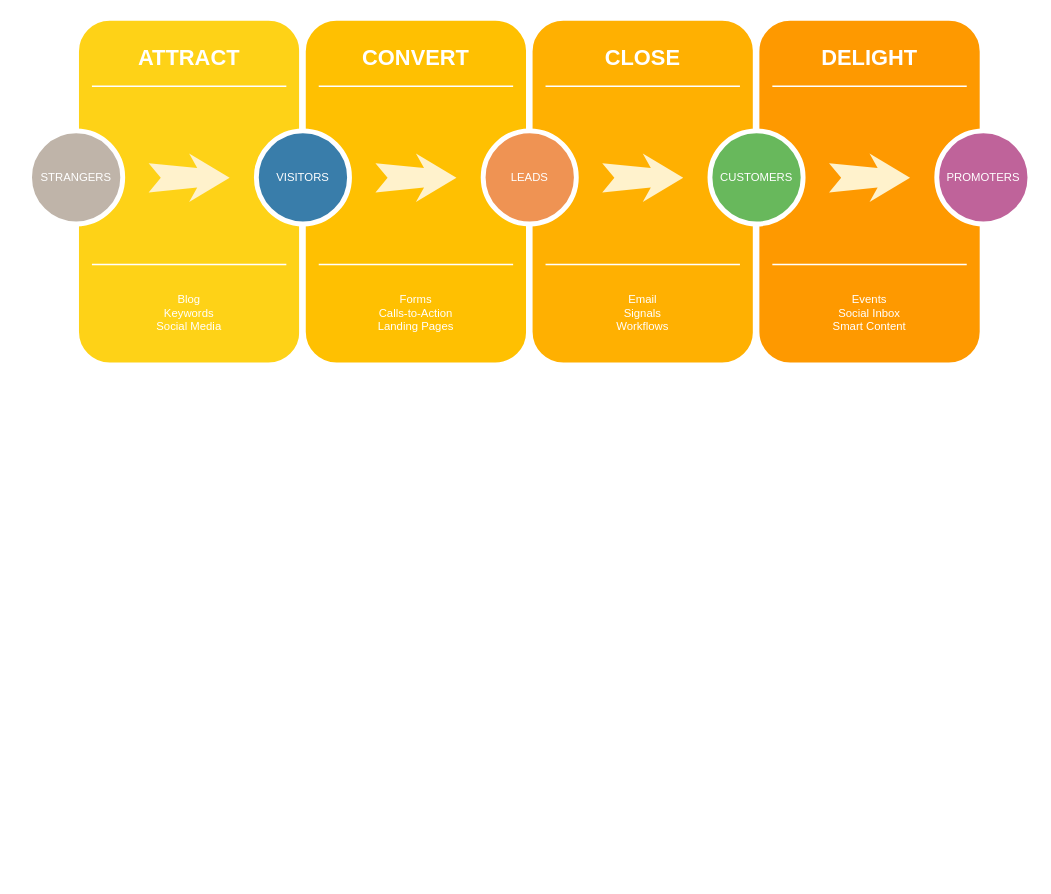
snowolfhawk/ceph-scripts keeps this draw.io diagram as 未命名绘图.drawio. Above is the earlier version. Source tidied: cells renumbered, new cells numbered last; positions are measured from the earlier drawing's top-left corner, leaving out a move shared by most shapes. Both pictures are drawn from the tidied source at 81%, with x=0, y=0 at pixel (29, 17).
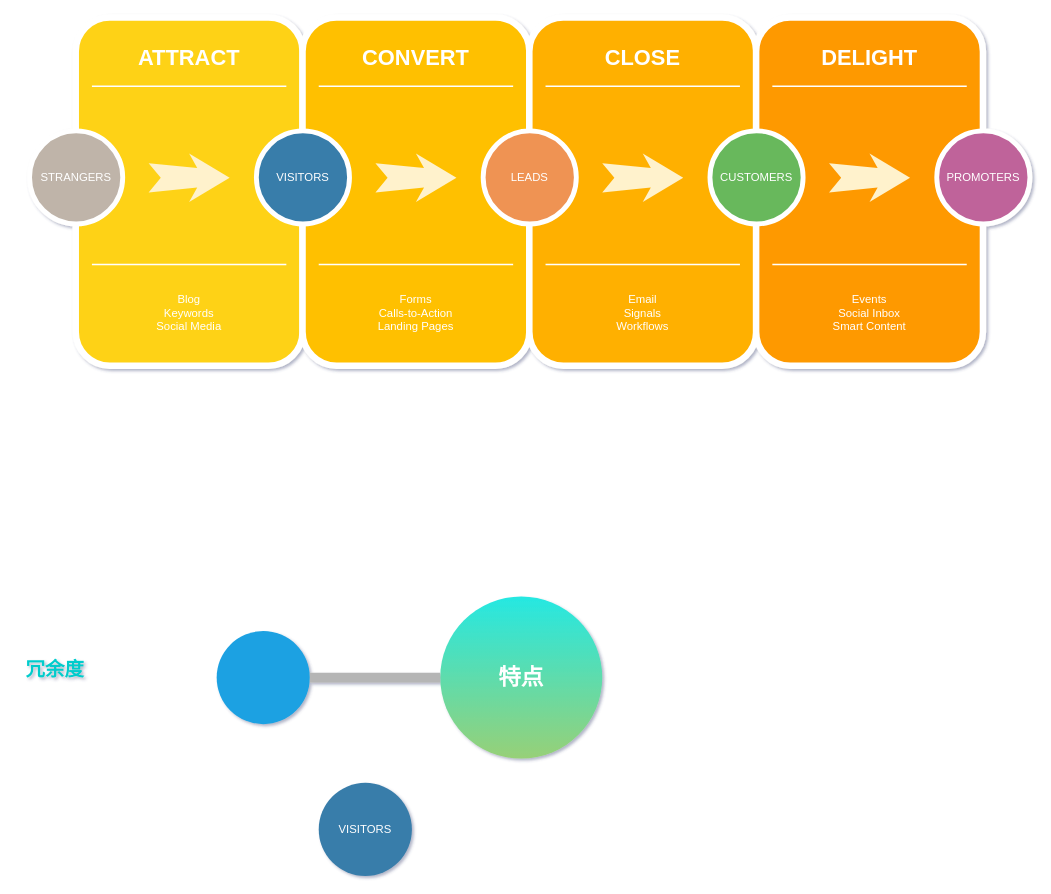
The same diagram, later.

The edit, as a diff of the source:
```diff
@@
-<mxGraphModel>
+<mxGraphModel background="#FFFFFF" shadow="1">
@@
+    <mxCell id="31" value="&lt;font color=&quot;#ffffff&quot; size=&quot;1&quot;&gt;&lt;b style=&quot;font-size: 28px&quot;&gt;特点&lt;/b&gt;&lt;/font&gt;" style="ellipse;whiteSpace=wrap;html=1;rounded=0;shadow=0;strokeWidth=6;fontSize=14;align=center;fillColor=#25E8E2;strokeColor=none;gradientColor=#97d077;" parent="1" vertex="1">
+      <mxGeometry x="507" y="715" width="200" height="200" as="geometry" />
+    </mxCell>
+    <mxCell id="32" style="ellipse;whiteSpace=wrap;html=1;rounded=0;shadow=0;strokeWidth=6;fontSize=14;align=center;fillColor=#1ba1e2;strokeColor=none;fontColor=#ffffff;" parent="1" vertex="1">
+      <mxGeometry x="231" y="757.5" width="115" height="115" as="geometry" />
+    </mxCell>
+    <mxCell id="33" value="VISITORS" style="ellipse;whiteSpace=wrap;html=1;rounded=0;shadow=0;strokeWidth=6;fontSize=14;align=center;fillColor=#397DAA;strokeColor=none;fontColor=#FFFFFF;" parent="1" vertex="1">
+      <mxGeometry x="357" y="945" width="115" height="115" as="geometry" />
+    </mxCell>
+    <mxCell id="34" style="endArrow=none;html=1;rounded=0;strokeWidth=12;strokeColor=#B5B5B5;exitX=1;exitY=0.5;exitDx=0;exitDy=0;entryX=0;entryY=0.5;entryDx=0;entryDy=0;" parent="1" edge="1" source="32" target="31">
+      <mxGeometry relative="1" as="geometry" />
+    </mxCell>
+    <mxCell id="35" value="&lt;font color=&quot;#00cccc&quot;&gt;冗余度&lt;/font&gt;" style="text;strokeColor=none;fillColor=none;html=1;fontSize=24;fontStyle=1;verticalAlign=middle;align=center;" parent="1" vertex="1">
+      <mxGeometry x="-19" y="785" width="100" height="40" as="geometry" />
+    </mxCell>
```
